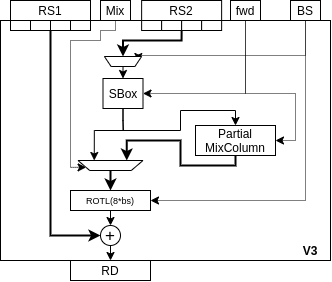
The draw.io diagram doc/diagrams/ise-datapath-v3.png in scarv/aes-risc-pipeline, before a commit. Source tidied: cells renumbered, new cells last; positions are measured from the earlier drawing's top-left corner, leaving out a move shared by most shapes. Source of this version:
```xml
<mxGraphModel>
  <root>
    <mxCell id="0" />
    <mxCell id="1" parent="0" />
    <mxCell id="2" style="rounded=0;whiteSpace=wrap;html=1;" parent="1" vertex="1">
      <mxGeometry y="20" width="330" height="240" as="geometry" />
    </mxCell>
    <mxCell id="3" style="edgeStyle=orthogonalEdgeStyle;rounded=0;jettySize=auto;html=1;entryX=0;entryY=0.5;entryDx=0;entryDy=0;fontSize=9;strokeWidth=2;exitX=1;exitY=1;exitDx=0;exitDy=0;" parent="1" edge="1" source="31" target="24">
      <mxGeometry relative="1" as="geometry" />
    </mxCell>
    <mxCell id="4" value="RS1" style="rounded=0;whiteSpace=wrap;html=1;" parent="1" vertex="1">
      <mxGeometry x="10" width="80" height="20" as="geometry" />
    </mxCell>
    <mxCell id="5" style="edgeStyle=orthogonalEdgeStyle;rounded=0;jettySize=auto;html=1;entryX=0.5;entryY=1;entryDx=0;entryDy=0;strokeWidth=2;fontSize=9;exitX=0;exitY=1;exitDx=0;exitDy=0;" parent="1" edge="1" source="36" target="26">
      <mxGeometry relative="1" as="geometry">
        <Array as="points">
          <mxPoint x="181" y="40" />
          <mxPoint x="123" y="40" />
        </Array>
      </mxGeometry>
    </mxCell>
    <mxCell id="6" value="RS2" style="rounded=0;whiteSpace=wrap;html=1;" parent="1" vertex="1">
      <mxGeometry x="141.1" width="80" height="20" as="geometry" />
    </mxCell>
    <mxCell id="7" style="edgeStyle=orthogonalEdgeStyle;rounded=0;jettySize=auto;html=1;exitX=0.5;exitY=1;exitDx=0;exitDy=0;entryX=1;entryY=0.5;entryDx=0;entryDy=0;fontSize=9;dashed=1;dashPattern=1 1;" parent="1" edge="1" source="9" target="18">
      <mxGeometry relative="1" as="geometry">
        <Array as="points">
          <mxPoint x="245" y="93" />
        </Array>
      </mxGeometry>
    </mxCell>
    <mxCell id="8" style="edgeStyle=orthogonalEdgeStyle;rounded=0;jettySize=auto;html=1;exitX=0.5;exitY=1;exitDx=0;exitDy=0;entryX=1;entryY=0.5;entryDx=0;entryDy=0;strokeWidth=1;fontSize=9;dashed=1;dashPattern=1 1;" parent="1" edge="1" source="9" target="28">
      <mxGeometry relative="1" as="geometry">
        <Array as="points">
          <mxPoint x="245" y="93" />
          <mxPoint x="295" y="93" />
          <mxPoint x="295" y="140" />
        </Array>
      </mxGeometry>
    </mxCell>
    <mxCell id="9" value="fwd" style="rounded=0;whiteSpace=wrap;html=1;" parent="1" vertex="1">
      <mxGeometry x="230" width="30" height="20" as="geometry" />
    </mxCell>
    <mxCell id="10" style="edgeStyle=orthogonalEdgeStyle;rounded=0;jettySize=auto;html=1;exitX=0.5;exitY=1;exitDx=0;exitDy=0;entryX=1;entryY=0.25;entryDx=0;entryDy=0;fontSize=9;dashed=1;dashPattern=1 1;" parent="1" edge="1" source="11" target="22">
      <mxGeometry relative="1" as="geometry">
        <Array as="points">
          <mxPoint x="115" y="30" />
          <mxPoint x="100" y="30" />
          <mxPoint x="100" y="40" />
          <mxPoint x="70" y="40" />
          <mxPoint x="70" y="167" />
        </Array>
      </mxGeometry>
    </mxCell>
    <mxCell id="11" value="Mix" style="rounded=0;whiteSpace=wrap;html=1;" parent="1" vertex="1">
      <mxGeometry x="100" width="30" height="20" as="geometry" />
    </mxCell>
    <mxCell id="12" value="RD" style="rounded=0;whiteSpace=wrap;html=1;" parent="1" vertex="1">
      <mxGeometry x="70" y="260" width="80" height="20" as="geometry" />
    </mxCell>
    <mxCell id="13" style="edgeStyle=orthogonalEdgeStyle;rounded=0;jettySize=auto;html=1;exitX=0.5;exitY=1;exitDx=0;exitDy=0;entryX=1;entryY=0.5;entryDx=0;entryDy=0;fontSize=9;strokeWidth=1;dashed=1;dashPattern=1 1;" parent="1" edge="1" source="15" target="20">
      <mxGeometry relative="1" as="geometry">
        <Array as="points">
          <mxPoint x="305" y="200" />
        </Array>
      </mxGeometry>
    </mxCell>
    <mxCell id="14" style="edgeStyle=orthogonalEdgeStyle;rounded=0;jettySize=auto;html=1;exitX=0.5;exitY=1;exitDx=0;exitDy=0;entryX=0;entryY=0.5;entryDx=0;entryDy=0;strokeWidth=1;fontSize=9;dashed=1;dashPattern=1 1;" parent="1" edge="1" source="15" target="26">
      <mxGeometry relative="1" as="geometry">
        <Array as="points">
          <mxPoint x="305" y="55" />
        </Array>
      </mxGeometry>
    </mxCell>
    <mxCell id="15" value="BS" style="rounded=0;whiteSpace=wrap;html=1;" parent="1" vertex="1">
      <mxGeometry x="290" width="30" height="20" as="geometry" />
    </mxCell>
    <mxCell id="16" style="edgeStyle=orthogonalEdgeStyle;rounded=0;jettySize=auto;html=1;exitX=0.5;exitY=1;exitDx=0;exitDy=0;entryX=0.75;entryY=1;entryDx=0;entryDy=0;fontSize=9;strokeWidth=1;" parent="1" edge="1" source="18" target="22">
      <mxGeometry relative="1" as="geometry">
        <Array as="points">
          <mxPoint x="123" y="120" />
          <mxPoint x="123" y="130" />
          <mxPoint x="94" y="130" />
        </Array>
      </mxGeometry>
    </mxCell>
    <mxCell id="17" style="edgeStyle=orthogonalEdgeStyle;rounded=0;jettySize=auto;html=1;exitX=0.5;exitY=1;exitDx=0;exitDy=0;strokeWidth=1;fontSize=9;" parent="1" edge="1" source="18" target="28">
      <mxGeometry relative="1" as="geometry">
        <Array as="points">
          <mxPoint x="122" y="130" />
          <mxPoint x="180" y="130" />
          <mxPoint x="180" y="110" />
          <mxPoint x="235" y="110" />
        </Array>
      </mxGeometry>
    </mxCell>
    <mxCell id="18" value="SBox" style="rounded=0;whiteSpace=wrap;html=1;" parent="1" vertex="1">
      <mxGeometry x="102.5" y="78" width="40" height="30" as="geometry" />
    </mxCell>
    <mxCell id="19" style="edgeStyle=orthogonalEdgeStyle;rounded=0;jettySize=auto;html=1;exitX=0.5;exitY=1;exitDx=0;exitDy=0;entryX=0.5;entryY=0;entryDx=0;entryDy=0;fontSize=9;" parent="1" edge="1" source="20" target="24">
      <mxGeometry relative="1" as="geometry" />
    </mxCell>
    <mxCell id="20" value="ROTL(8*bs)" style="rounded=0;whiteSpace=wrap;html=1;fontSize=9;" parent="1" vertex="1">
      <mxGeometry x="70" y="190" width="80" height="20" as="geometry" />
    </mxCell>
    <mxCell id="21" style="edgeStyle=orthogonalEdgeStyle;rounded=0;jettySize=auto;html=1;exitX=0.5;exitY=0;exitDx=0;exitDy=0;entryX=0.5;entryY=0;entryDx=0;entryDy=0;fontSize=9;strokeWidth=2;" parent="1" edge="1" source="22" target="20">
      <mxGeometry relative="1" as="geometry" />
    </mxCell>
    <mxCell id="22" style="shape=trapezoid;perimeter=trapezoidPerimeter;whiteSpace=wrap;html=1;fontSize=9;rotation=-180;size=0.18031746031746101;" parent="1" vertex="1">
      <mxGeometry x="77.5" y="160" width="65" height="10" as="geometry" />
    </mxCell>
    <mxCell id="23" style="edgeStyle=orthogonalEdgeStyle;rounded=0;jettySize=auto;html=1;exitX=0.5;exitY=1;exitDx=0;exitDy=0;entryX=0.5;entryY=0;entryDx=0;entryDy=0;fontSize=9;" parent="1" edge="1" source="24" target="12">
      <mxGeometry relative="1" as="geometry" />
    </mxCell>
    <mxCell id="24" value="&lt;font style=&quot;font-size: 17px&quot;&gt;+&lt;/font&gt;" style="ellipse;whiteSpace=wrap;html=1;fontSize=9;" parent="1" vertex="1">
      <mxGeometry x="100" y="225" width="20" height="20" as="geometry" />
    </mxCell>
    <mxCell id="25" style="edgeStyle=orthogonalEdgeStyle;rounded=0;jettySize=auto;html=1;exitX=0.5;exitY=0;exitDx=0;exitDy=0;entryX=0.5;entryY=0;entryDx=0;entryDy=0;strokeWidth=1;fontSize=9;" parent="1" edge="1" source="26" target="18">
      <mxGeometry relative="1" as="geometry" />
    </mxCell>
    <mxCell id="26" style="shape=trapezoid;perimeter=trapezoidPerimeter;whiteSpace=wrap;html=1;fontSize=9;rotation=-180;size=0.18031746031746101;" parent="1" vertex="1">
      <mxGeometry x="103.9" y="56" width="37.2" height="10" as="geometry" />
    </mxCell>
    <mxCell id="27" style="edgeStyle=orthogonalEdgeStyle;rounded=0;jettySize=auto;html=1;exitX=0.5;exitY=1;exitDx=0;exitDy=0;entryX=0.25;entryY=1;entryDx=0;entryDy=0;strokeWidth=2;fontSize=9;" parent="1" edge="1" source="28" target="22">
      <mxGeometry relative="1" as="geometry">
        <Array as="points">
          <mxPoint x="235" y="165" />
          <mxPoint x="180" y="165" />
          <mxPoint x="180" y="140" />
          <mxPoint x="126" y="140" />
        </Array>
      </mxGeometry>
    </mxCell>
    <mxCell id="28" value="Partial&lt;br&gt;MixColumn" style="rounded=0;whiteSpace=wrap;html=1;" parent="1" vertex="1">
      <mxGeometry x="195" y="125" width="80" height="30" as="geometry" />
    </mxCell>
    <mxCell id="29" value="&lt;b&gt;&lt;font style=&quot;font-size: 12px&quot;&gt;V3&lt;/font&gt;&lt;/b&gt;" style="text;html=1;strokeColor=none;fillColor=none;align=center;verticalAlign=middle;whiteSpace=wrap;rounded=0;fontSize=9;" parent="1" vertex="1">
      <mxGeometry x="290" y="240" width="40" height="20" as="geometry" />
    </mxCell>
    <mxCell id="30" style="rounded=0;whiteSpace=wrap;html=1;" parent="1" vertex="1">
      <mxGeometry x="10" y="20" width="20" height="10" as="geometry" />
    </mxCell>
    <mxCell id="31" style="rounded=0;whiteSpace=wrap;html=1;" parent="1" vertex="1">
      <mxGeometry x="30" y="20" width="20" height="10" as="geometry" />
    </mxCell>
    <mxCell id="32" style="rounded=0;whiteSpace=wrap;html=1;" parent="1" vertex="1">
      <mxGeometry x="50" y="20" width="20" height="10" as="geometry" />
    </mxCell>
    <mxCell id="33" style="rounded=0;whiteSpace=wrap;html=1;" parent="1" vertex="1">
      <mxGeometry x="70" y="20" width="20" height="10" as="geometry" />
    </mxCell>
    <mxCell id="34" style="rounded=0;whiteSpace=wrap;html=1;" parent="1" vertex="1">
      <mxGeometry x="141.1" y="20" width="20" height="10" as="geometry" />
    </mxCell>
    <mxCell id="35" style="rounded=0;whiteSpace=wrap;html=1;" parent="1" vertex="1">
      <mxGeometry x="161.1" y="20" width="20" height="10" as="geometry" />
    </mxCell>
    <mxCell id="36" style="rounded=0;whiteSpace=wrap;html=1;" parent="1" vertex="1">
      <mxGeometry x="181.1" y="20" width="20" height="10" as="geometry" />
    </mxCell>
    <mxCell id="37" style="rounded=0;whiteSpace=wrap;html=1;" parent="1" vertex="1">
      <mxGeometry x="201.1" y="20" width="20" height="10" as="geometry" />
    </mxCell>
  </root>
</mxGraphModel>
```
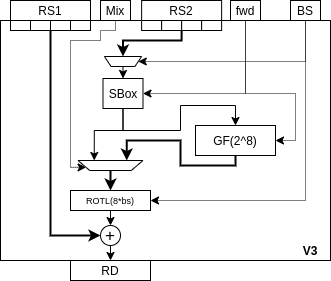
The same file after the commit.

Commit message:
paper: Update datapath diagrams and move to appendix.

The edit, as a diff of the source:
```diff
@@ -68,29 +68,28 @@
     <mxCell id="14" style="edgeStyle=orthogonalEdgeStyle;rounded=0;jettySize=auto;html=1;exitX=0.5;exitY=1;exitDx=0;exitDy=0;entryX=0;entryY=0.5;entryDx=0;entryDy=0;strokeWidth=1;fontSize=9;dashed=1;dashPattern=1 1;" parent="1" edge="1" source="15" target="26">
       <mxGeometry relative="1" as="geometry">
         <Array as="points">
-          <mxPoint x="305" y="55" />
+          <mxPoint x="305" y="61" />
         </Array>
       </mxGeometry>
     </mxCell>
     <mxCell id="15" value="BS" style="rounded=0;whiteSpace=wrap;html=1;" parent="1" vertex="1">
       <mxGeometry x="290" width="30" height="20" as="geometry" />
     </mxCell>
-    <mxCell id="16" style="edgeStyle=orthogonalEdgeStyle;rounded=0;jettySize=auto;html=1;exitX=0.5;exitY=1;exitDx=0;exitDy=0;entryX=0.75;entryY=1;entryDx=0;entryDy=0;fontSize=9;strokeWidth=1;" parent="1" edge="1" source="18" target="22">
+    <mxCell id="16" style="edgeStyle=orthogonalEdgeStyle;rounded=0;jettySize=auto;html=1;exitX=0.5;exitY=1;exitDx=0;exitDy=0;entryX=0.75;entryY=1;entryDx=0;entryDy=0;strokeWidth=1;" parent="1" edge="1" source="18" target="22">
       <mxGeometry relative="1" as="geometry">
         <Array as="points">
-          <mxPoint x="123" y="120" />
           <mxPoint x="123" y="130" />
           <mxPoint x="94" y="130" />
         </Array>
       </mxGeometry>
     </mxCell>
-    <mxCell id="17" style="edgeStyle=orthogonalEdgeStyle;rounded=0;jettySize=auto;html=1;exitX=0.5;exitY=1;exitDx=0;exitDy=0;strokeWidth=1;fontSize=9;" parent="1" edge="1" source="18" target="28">
+    <mxCell id="17" style="edgeStyle=orthogonalEdgeStyle;rounded=0;jettySize=auto;html=1;exitX=0.5;exitY=1;exitDx=0;exitDy=0;entryX=0.5;entryY=0;entryDx=0;entryDy=0;strokeWidth=1;" parent="1" edge="1" source="18" target="28">
       <mxGeometry relative="1" as="geometry">
         <Array as="points">
-          <mxPoint x="122" y="130" />
+          <mxPoint x="123" y="130" />
           <mxPoint x="180" y="130" />
-          <mxPoint x="180" y="110" />
-          <mxPoint x="235" y="110" />
+          <mxPoint x="180" y="105" />
+          <mxPoint x="235" y="105" />
         </Array>
       </mxGeometry>
     </mxCell>
@@ -131,7 +130,7 @@
         </Array>
       </mxGeometry>
     </mxCell>
-    <mxCell id="28" value="Partial&lt;br&gt;MixColumn" style="rounded=0;whiteSpace=wrap;html=1;" parent="1" vertex="1">
+    <mxCell id="28" value="GF(2^8)" style="rounded=0;whiteSpace=wrap;html=1;" parent="1" vertex="1">
       <mxGeometry x="195" y="125" width="80" height="30" as="geometry" />
     </mxCell>
     <mxCell id="29" value="&lt;b&gt;&lt;font style=&quot;font-size: 12px&quot;&gt;V3&lt;/font&gt;&lt;/b&gt;" style="text;html=1;strokeColor=none;fillColor=none;align=center;verticalAlign=middle;whiteSpace=wrap;rounded=0;fontSize=9;" parent="1" vertex="1">
```
